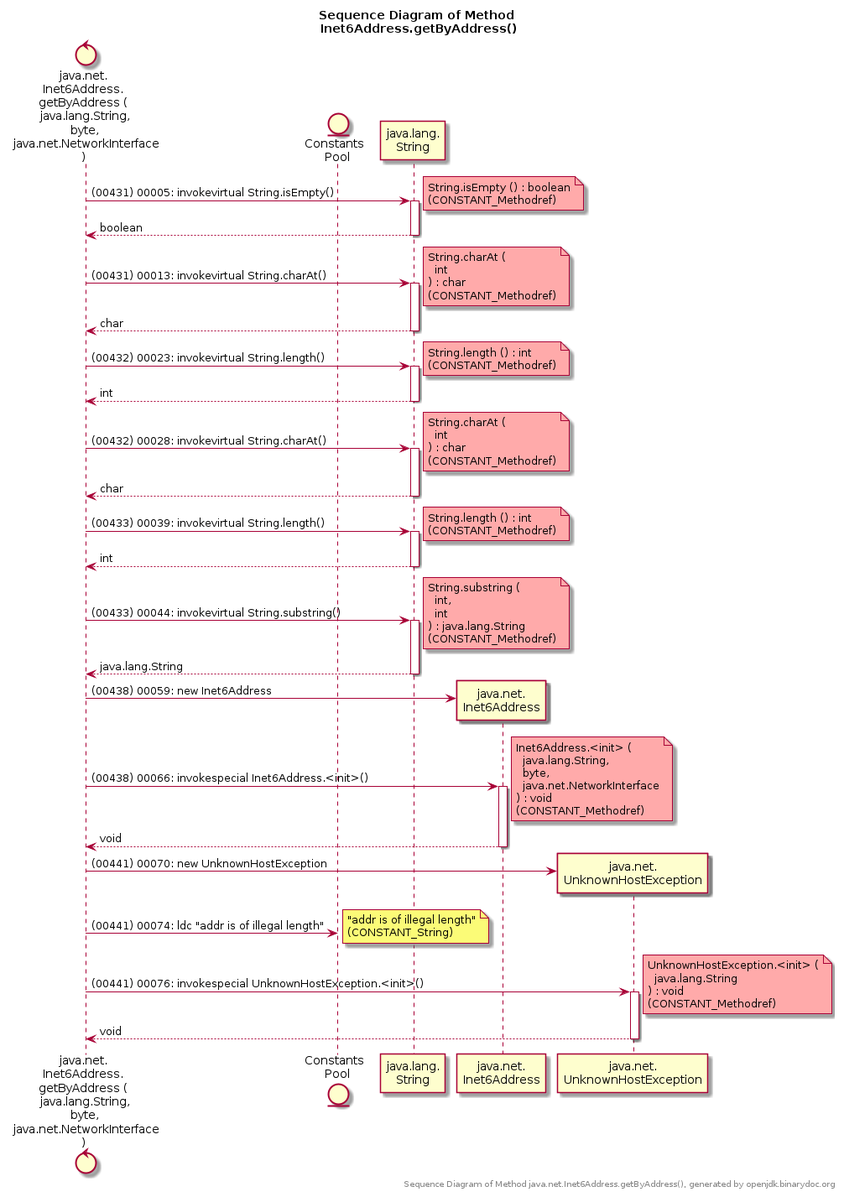
Before: samples/uml_sequence_java_method_java.net.Inet6Address_getByAddress.png, a diagram exported from PlantUML (fuiny/binarydoc-help). Its diagram source:
```plantuml
@startuml

control  "java.net.\nInet6Address.\ngetByAddress (\n  java.lang.String, \n  byte, \n  java.net.NetworkInterface\n)" as CurrentMethod
entity  "Constants \n Pool" as Constants

CurrentMethod -> "java.lang.\nString" as java.lang.String: (00431) 00005: invokevirtual String.isEmpty()

activate java.lang.String
note right  #FFAAAA
String.isEmpty () : boolean
(CONSTANT_Methodref)
end note
CurrentMethod <-- java.lang.String : boolean
deactivate java.lang.String

CurrentMethod -> "java.lang.\nString" as java.lang.String: (00431) 00013: invokevirtual String.charAt()

activate java.lang.String
note right  #FFAAAA
String.charAt (
  int
) : char
(CONSTANT_Methodref)
end note
CurrentMethod <-- java.lang.String : char
deactivate java.lang.String

CurrentMethod -> "java.lang.\nString" as java.lang.String: (00432) 00023: invokevirtual String.length()

activate java.lang.String
note right  #FFAAAA
String.length () : int
(CONSTANT_Methodref)
end note
CurrentMethod <-- java.lang.String : int
deactivate java.lang.String

CurrentMethod -> "java.lang.\nString" as java.lang.String: (00432) 00028: invokevirtual String.charAt()

activate java.lang.String
note right  #FFAAAA
String.charAt (
  int
) : char
(CONSTANT_Methodref)
end note
CurrentMethod <-- java.lang.String : char
deactivate java.lang.String

CurrentMethod -> "java.lang.\nString" as java.lang.String: (00433) 00039: invokevirtual String.length()

activate java.lang.String
note right  #FFAAAA
String.length () : int
(CONSTANT_Methodref)
end note
CurrentMethod <-- java.lang.String : int
deactivate java.lang.String

CurrentMethod -> "java.lang.\nString" as java.lang.String: (00433) 00044: invokevirtual String.substring()

activate java.lang.String
note right  #FFAAAA
String.substring (
  int,
  int
) : java.lang.String
(CONSTANT_Methodref)
end note
CurrentMethod <-- java.lang.String : java.lang.String
deactivate java.lang.String

CurrentMethod -> "java.net.\nInet6Address" as java.net.Inet6Address ** : (00438) 00059: new Inet6Address

CurrentMethod -> "java.net.\nInet6Address" as java.net.Inet6Address: (00438) 00066: invokespecial Inet6Address.<init>()

activate java.net.Inet6Address
note right  #FFAAAA
Inet6Address.<init> (
  java.lang.String,
  byte,
  java.net.NetworkInterface
) : void
(CONSTANT_Methodref)
end note
CurrentMethod <-- java.net.Inet6Address : void
deactivate java.net.Inet6Address

CurrentMethod -> "java.net.\nUnknownHostException" as java.net.UnknownHostException ** : (00441) 00070: new UnknownHostException

CurrentMethod -> Constants: (00441) 00074: ldc "addr is of illegal length"
note right
"addr is of illegal length"
(CONSTANT_String)
end note

CurrentMethod -> "java.net.\nUnknownHostException" as java.net.UnknownHostException: (00441) 00076: invokespecial UnknownHostException.<init>()

activate java.net.UnknownHostException
note right  #FFAAAA
UnknownHostException.<init> (
  java.lang.String
) : void
(CONSTANT_Methodref)
end note
CurrentMethod <-- java.net.UnknownHostException : void
deactivate java.net.UnknownHostException

title
  Sequence Diagram of Method
  Inet6Address.getByAddress()
end title

right footer Sequence Diagram of Method java.net.Inet6Address.getByAddress(), generated by openjdk.binarydoc.org

@enduml
```
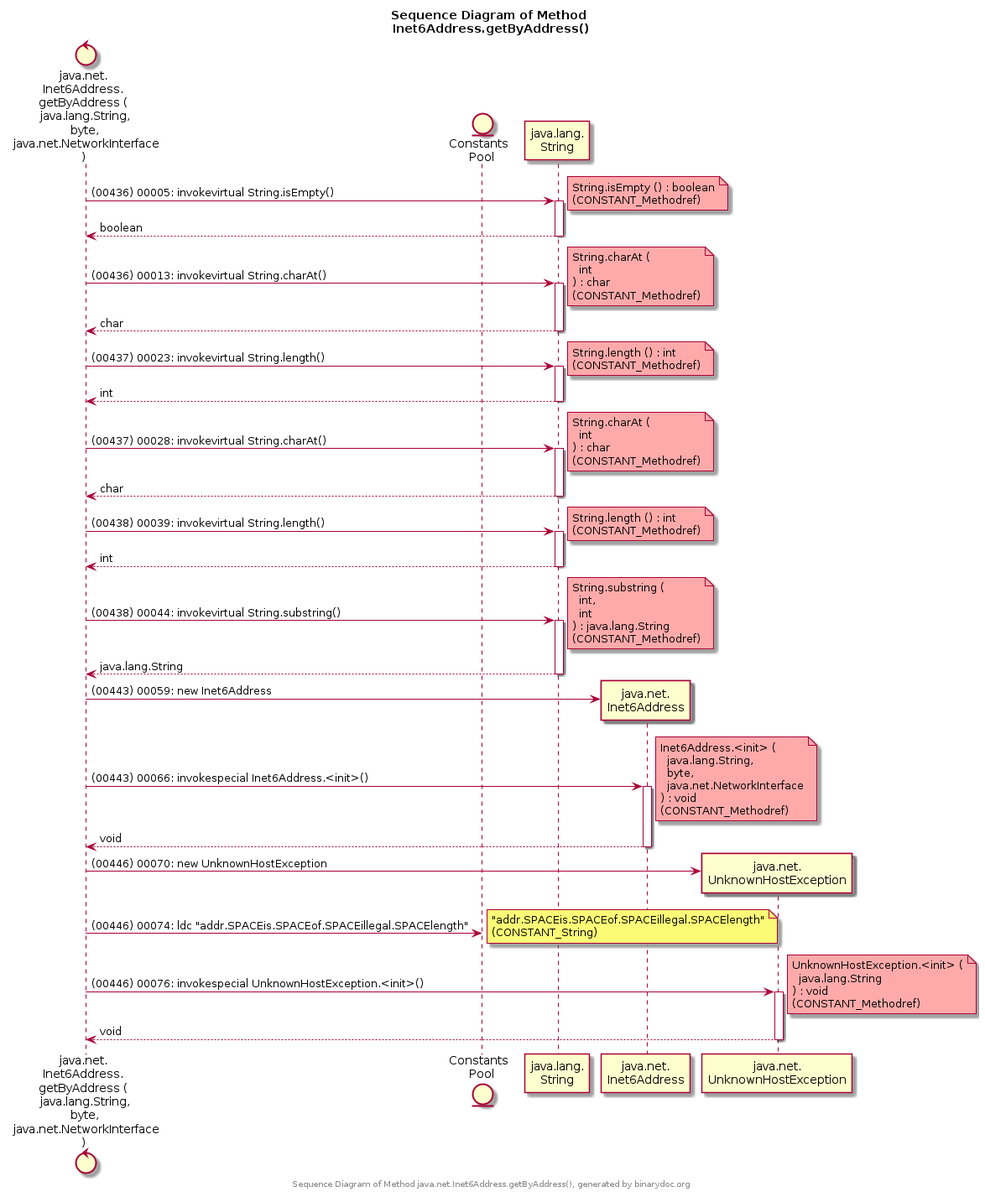
The same file after the commit.

Diff of the diagram source:
```diff
@@ -3,7 +3,7 @@
 control  "java.net.\nInet6Address.\ngetByAddress (\n  java.lang.String, \n  byte, \n  java.net.NetworkInterface\n)" as CurrentMethod
 entity  "Constants \n Pool" as Constants
 
-CurrentMethod -> "java.lang.\nString" as java.lang.String: (00431) 00005: invokevirtual String.isEmpty()
+CurrentMethod -> "java.lang.\nString" as java.lang.String: (00436) 00005: invokevirtual String.isEmpty()
 
 activate java.lang.String
 note right  #FFAAAA
@@ -13,7 +13,7 @@
 CurrentMethod <-- java.lang.String : boolean
 deactivate java.lang.String
 
-CurrentMethod -> "java.lang.\nString" as java.lang.String: (00431) 00013: invokevirtual String.charAt()
+CurrentMethod -> "java.lang.\nString" as java.lang.String: (00436) 00013: invokevirtual String.charAt()
 
 activate java.lang.String
 note right  #FFAAAA
@@ -25,7 +25,7 @@
 CurrentMethod <-- java.lang.String : char
 deactivate java.lang.String
 
-CurrentMethod -> "java.lang.\nString" as java.lang.String: (00432) 00023: invokevirtual String.length()
+CurrentMethod -> "java.lang.\nString" as java.lang.String: (00437) 00023: invokevirtual String.length()
 
 activate java.lang.String
 note right  #FFAAAA
@@ -35,7 +35,7 @@
 CurrentMethod <-- java.lang.String : int
 deactivate java.lang.String
 
-CurrentMethod -> "java.lang.\nString" as java.lang.String: (00432) 00028: invokevirtual String.charAt()
+CurrentMethod -> "java.lang.\nString" as java.lang.String: (00437) 00028: invokevirtual String.charAt()
 
 activate java.lang.String
 note right  #FFAAAA
@@ -47,7 +47,7 @@
 CurrentMethod <-- java.lang.String : char
 deactivate java.lang.String
 
-CurrentMethod -> "java.lang.\nString" as java.lang.String: (00433) 00039: invokevirtual String.length()
+CurrentMethod -> "java.lang.\nString" as java.lang.String: (00438) 00039: invokevirtual String.length()
 
 activate java.lang.String
 note right  #FFAAAA
@@ -57,7 +57,7 @@
 CurrentMethod <-- java.lang.String : int
 deactivate java.lang.String
 
-CurrentMethod -> "java.lang.\nString" as java.lang.String: (00433) 00044: invokevirtual String.substring()
+CurrentMethod -> "java.lang.\nString" as java.lang.String: (00438) 00044: invokevirtual String.substring()
 
 activate java.lang.String
 note right  #FFAAAA
@@ -70,9 +70,9 @@
 CurrentMethod <-- java.lang.String : java.lang.String
 deactivate java.lang.String
 
-CurrentMethod -> "java.net.\nInet6Address" as java.net.Inet6Address ** : (00438) 00059: new Inet6Address
+CurrentMethod -> "java.net.\nInet6Address" as java.net.Inet6Address ** : (00443) 00059: new Inet6Address
 
-CurrentMethod -> "java.net.\nInet6Address" as java.net.Inet6Address: (00438) 00066: invokespecial Inet6Address.<init>()
+CurrentMethod -> "java.net.\nInet6Address" as java.net.Inet6Address: (00443) 00066: invokespecial Inet6Address.<init>()
 
 activate java.net.Inet6Address
 note right  #FFAAAA
@@ -86,15 +86,15 @@
 CurrentMethod <-- java.net.Inet6Address : void
 deactivate java.net.Inet6Address
 
-CurrentMethod -> "java.net.\nUnknownHostException" as java.net.UnknownHostException ** : (00441) 00070: new UnknownHostException
+CurrentMethod -> "java.net.\nUnknownHostException" as java.net.UnknownHostException ** : (00446) 00070: new UnknownHostException
 
-CurrentMethod -> Constants: (00441) 00074: ldc "addr is of illegal length"
+CurrentMethod -> Constants: (00446) 00074: ldc "addr.SPACEis.SPACEof.SPACEillegal.SPACElength"
 note right
-"addr is of illegal length"
+"addr.SPACEis.SPACEof.SPACEillegal.SPACElength"
 (CONSTANT_String)
 end note
 
-CurrentMethod -> "java.net.\nUnknownHostException" as java.net.UnknownHostException: (00441) 00076: invokespecial UnknownHostException.<init>()
+CurrentMethod -> "java.net.\nUnknownHostException" as java.net.UnknownHostException: (00446) 00076: invokespecial UnknownHostException.<init>()
 
 activate java.net.UnknownHostException
 note right  #FFAAAA
@@ -111,6 +111,6 @@
   Inet6Address.getByAddress()
 end title
 
-right footer Sequence Diagram of Method java.net.Inet6Address.getByAddress(), generated by openjdk.binarydoc.org
+footer Sequence Diagram of Method java.net.Inet6Address.getByAddress(), generated by binarydoc.org
 
 @enduml
```
